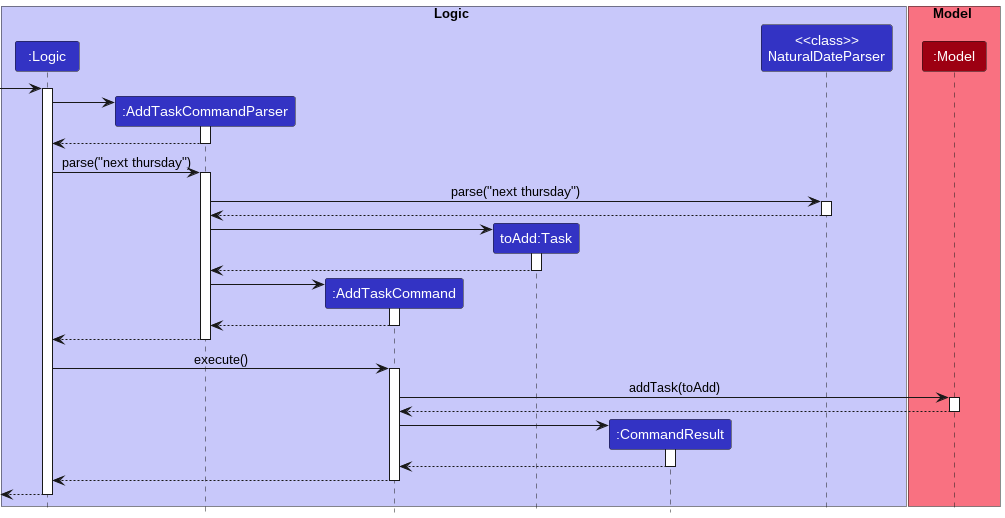
This is docs/images/AddTaskCommandSequenceDiagram.png from nus-cs2103-AY2223S1/tp, a PlantUML export, as it was before one commit. Source of this version:
```plantuml
@startuml
!include style.puml

box Logic LOGIC_COLOR_T1
participant ":Logic" as Logic LOGIC_COLOR
participant ":AddTaskCommandParser" as AddTaskCommandParser LOGIC_COLOR
participant ":AddTaskCommand" as AddTaskCommand LOGIC_COLOR
participant "toAdd:Task" as Task LOGIC_COLOR
participant ":CommandResult" as CommandResult LOGIC_COLOR
participant "<<class>>\nNaturalDateParser" as NaturalDateParser LOGIC_COLOR
end box

box Model MODEL_COLOR_T1
participant ":Model" as Model MODEL_COLOR
end box

[->Logic ++
Logic -> AddTaskCommandParser **
activate AddTaskCommandParser
return

Logic -> AddTaskCommandParser ++ : parse("next thursday")
AddTaskCommandParser -> NaturalDateParser ++ : parse("next thursday")
return
AddTaskCommandParser -> Task **
activate Task
return
AddTaskCommandParser -> AddTaskCommand **
activate AddTaskCommand
return
return

Logic -> AddTaskCommand ++ : execute()
AddTaskCommand -> Model ++ : addTask(toAdd)
return
AddTaskCommand -> CommandResult **
activate CommandResult
return
return

return

@enduml
```
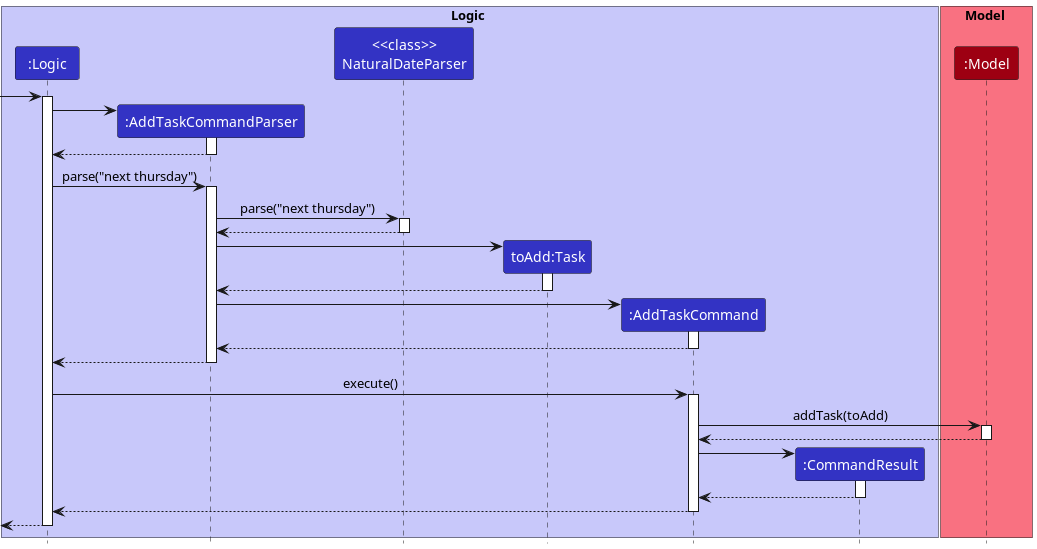
The same file after the commit.

Commit message:
Make AddTaskCommandSequenceDiagram more intuitively ordered

The edit, as a diff of the source:
```diff
@@ -4,10 +4,10 @@
 box Logic LOGIC_COLOR_T1
 participant ":Logic" as Logic LOGIC_COLOR
 participant ":AddTaskCommandParser" as AddTaskCommandParser LOGIC_COLOR
+participant "<<class>>\nNaturalDateParser" as NaturalDateParser LOGIC_COLOR
+participant "toAdd:Task" as Task LOGIC_COLOR
 participant ":AddTaskCommand" as AddTaskCommand LOGIC_COLOR
-participant "toAdd:Task" as Task LOGIC_COLOR
 participant ":CommandResult" as CommandResult LOGIC_COLOR
-participant "<<class>>\nNaturalDateParser" as NaturalDateParser LOGIC_COLOR
 end box
 
 box Model MODEL_COLOR_T1
```
